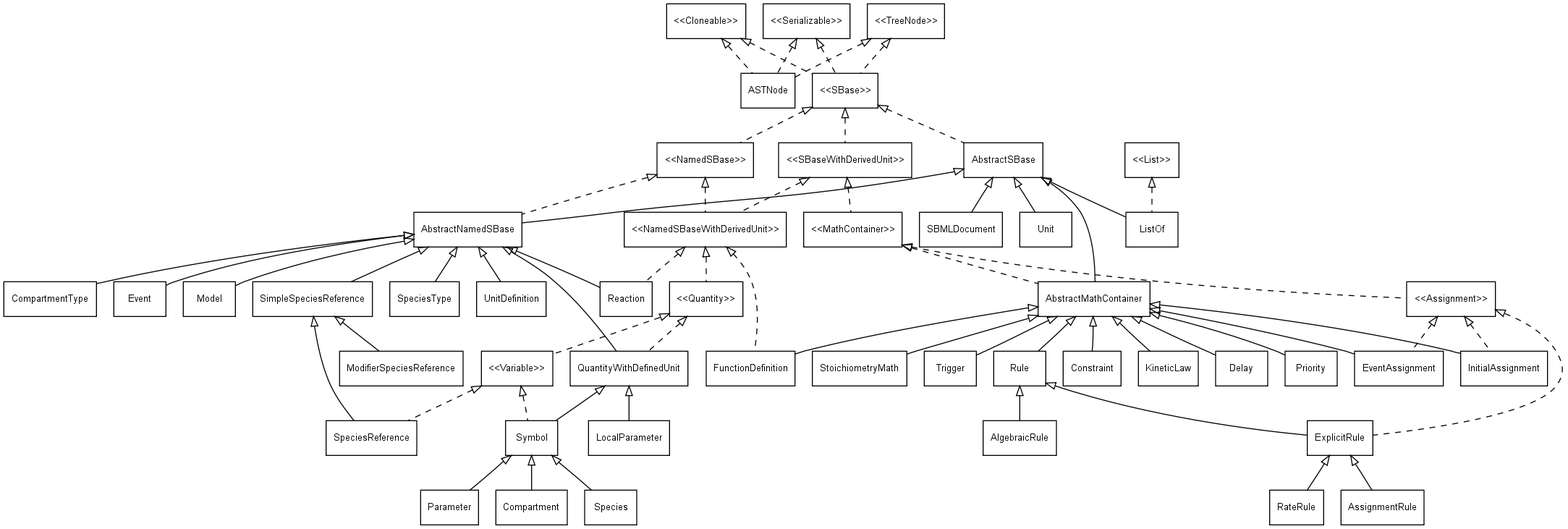
The Graphviz diagram doc/FullTypeHierarchy.png in sbmlteam/jsbml, before a commit. Its source is kept beside it as doc/FullTypeHierarchy.dot.
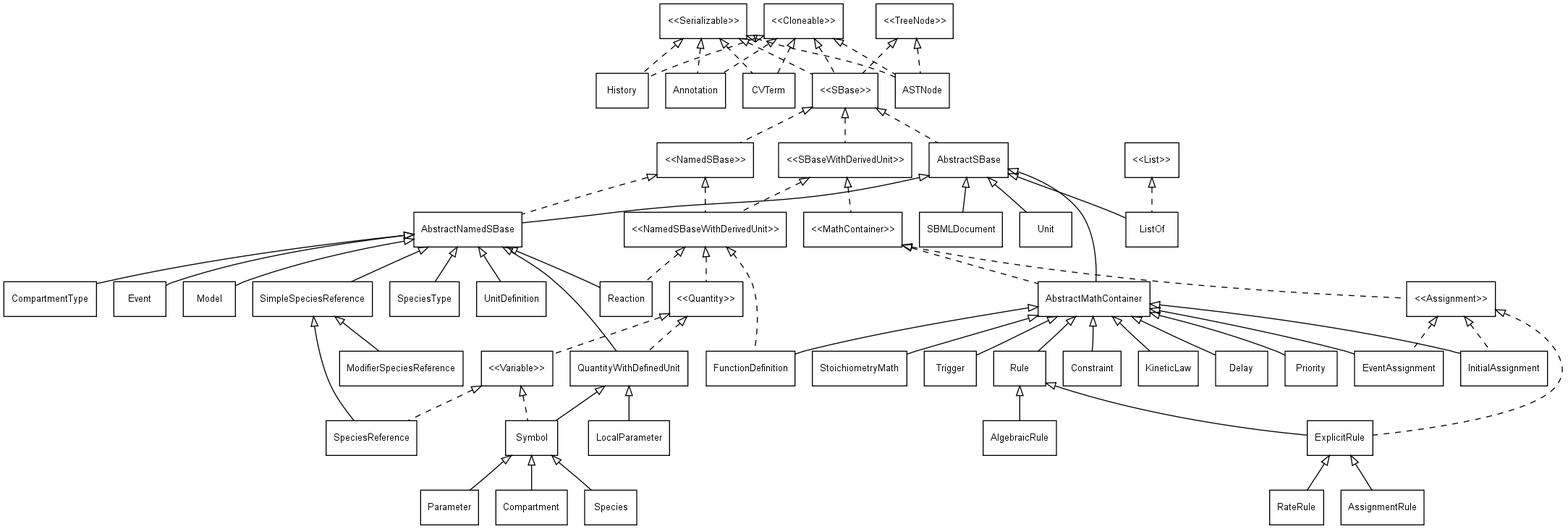
After the change.

The edit, as a diff of the source:
```diff
@@ -20,6 +20,9 @@
   Serializable              [label="<<Serializable>>"];
   TreeNode                  [label="<<TreeNode>>"];
   ASTNode                   [label="ASTNode"];
+  Annotation                [label="Annotation"];
+  CVTerm                    [label="CVTerm"];
+  History                   [label="History"];
   SBase                     [label="<<SBase>>"];
   namedSBase                [label="<<NamedSBase>>"];
   NamedSBaseWithDerivedUnit [label="<<NamedSBaseWithDerivedUnit>>"];
@@ -69,7 +72,13 @@
 
   Cloneable                 -> SBase                     [dir=back,arrowtail=empty,style=dashed];
   Cloneable                 -> ASTNode                   [dir=back,arrowtail=empty,style=dashed];
+  Cloneable                 -> History                   [dir=back,arrowtail=empty,style=dashed];
+  Cloneable                 -> CVTerm                    [dir=back,arrowtail=empty,style=dashed];
+  Cloneable                 -> Annotation                [dir=back,arrowtail=empty,style=dashed];
   Serializable              -> SBase                     [dir=back,arrowtail=empty,style=dashed];
+  Serializable              -> History                   [dir=back,arrowtail=empty,style=dashed];
+  Serializable              -> CVTerm                    [dir=back,arrowtail=empty,style=dashed];
+  Serializable              -> Annotation                [dir=back,arrowtail=empty,style=dashed];
   Serializable              -> ASTNode                   [dir=back,arrowtail=empty,style=dashed];
   TreeNode                  -> SBase                     [dir=back,arrowtail=empty,style=dashed];
   TreeNode                  -> ASTNode                   [dir=back,arrowtail=empty,style=dashed];
```
